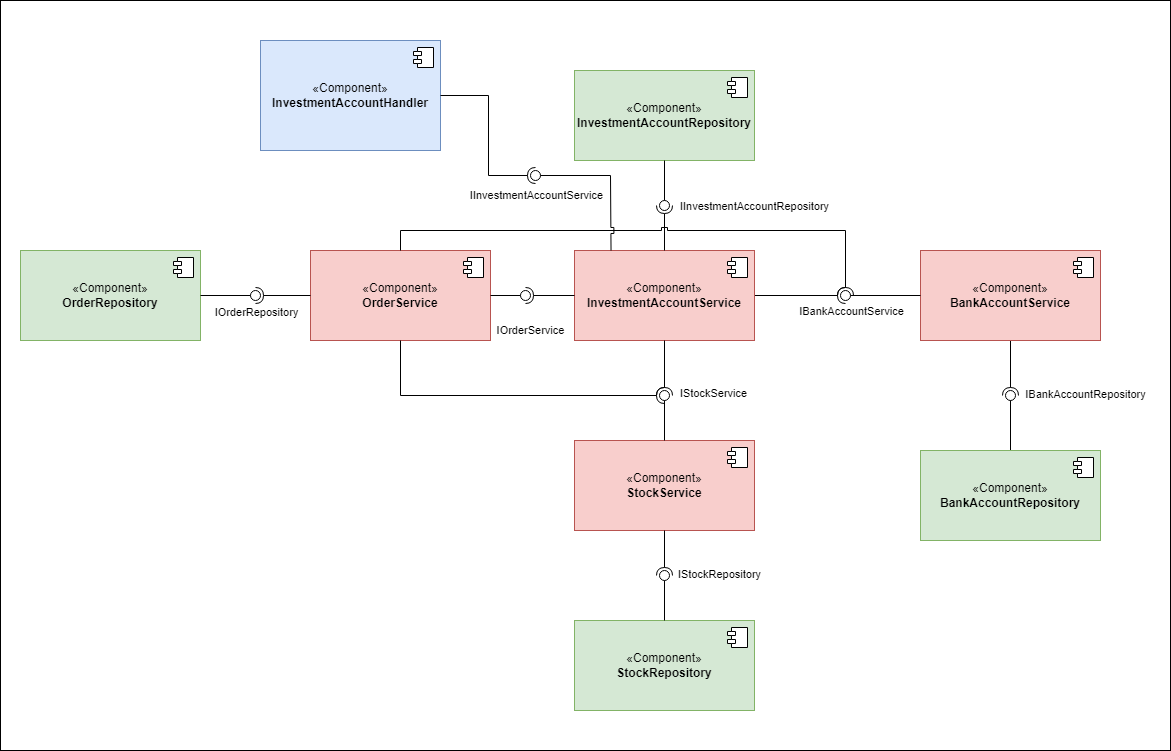
This is doc/diagrams/STACS_Finance_ComponentDiagramm.png from djthomann/FinancePepjekt, a draw.io export, as it was before one commit. Source tidied: cells renumbered, new cells last; positions are measured from the earlier drawing's top-left corner, leaving out a move shared by most shapes.
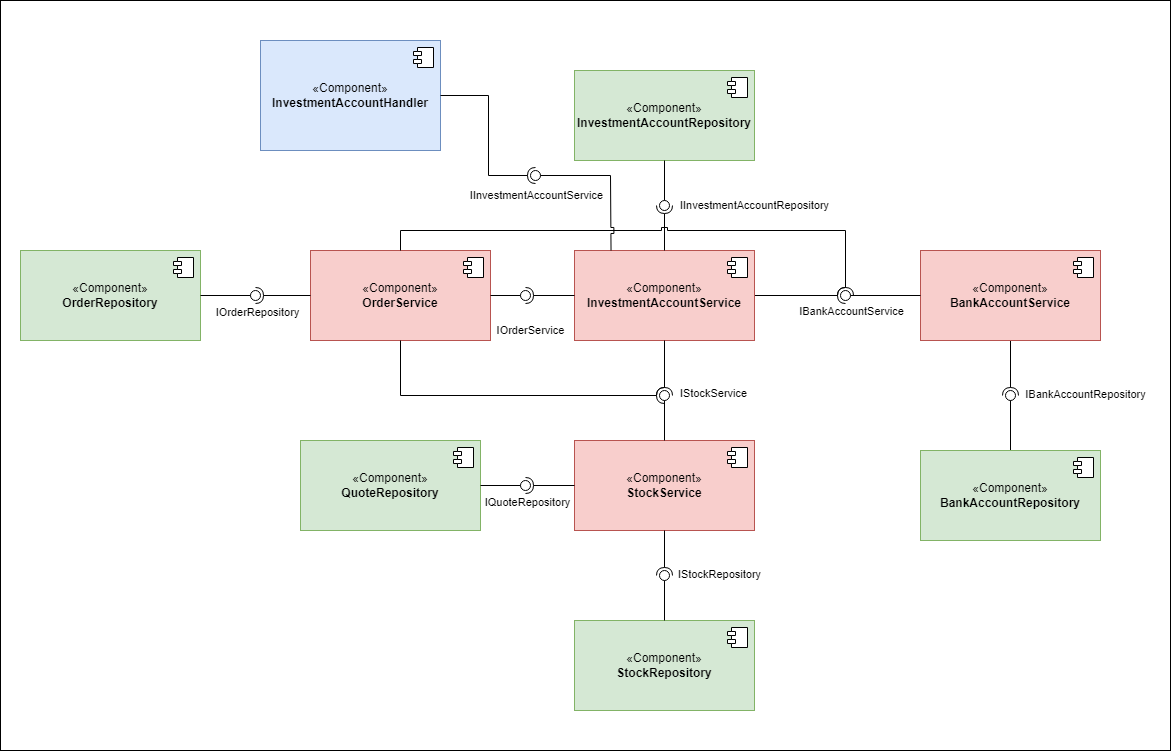
Later version of the same file.

Commit message:
UPDATE: Add IQuoteRepository and StockHistory functions to IStockService

The edit, as a diff of the source:
```diff
@@ -222,5 +222,27 @@
     <mxCell id="56" style="ellipse;whiteSpace=wrap;html=1;align=center;fillColor=none;strokeColor=none;perimeter=centerPerimeter;points=[];outlineConnect=1;" parent="1" vertex="1">
       <mxGeometry x="530" y="170" width="10" height="10" as="geometry" />
     </mxCell>
+    <mxCell id="57" value="«Component»&lt;br&gt;&lt;b&gt;QuoteRepository&lt;/b&gt;" style="html=1;whiteSpace=wrap;fillColor=#d5e8d4;strokeColor=#82b366;" parent="1" vertex="1">
+      <mxGeometry x="300" y="440" width="180" height="90" as="geometry" />
+    </mxCell>
+    <mxCell id="58" style="shape=module;jettyWidth=8;jettyHeight=4;" parent="57" vertex="1">
+      <mxGeometry x="1" width="20" height="20" relative="1" as="geometry">
+        <mxPoint x="-27" y="7" as="offset" />
+      </mxGeometry>
+    </mxCell>
+    <mxCell id="59" style="rounded=0;jettySize=auto;html=1;endArrow=halfCircle;endFill=0;endSize=6;strokeWidth=1;sketch=0;exitX=0;exitY=0.5;exitDx=0;exitDy=0;" parent="1" edge="1" source="21" target="62">
+      <mxGeometry relative="1" as="geometry" />
+    </mxCell>
+    <mxCell id="60" value="IQuoteRepository" style="edgeLabel;html=1;align=center;verticalAlign=middle;" parent="59" vertex="1">
+      <mxGeometry x="0.78" y="5" relative="1" as="geometry">
+        <mxPoint x="-4" y="12" as="offset" />
+      </mxGeometry>
+    </mxCell>
+    <mxCell id="61" style="rounded=0;jettySize=auto;html=1;endArrow=oval;endFill=0;sketch=0;sourcePerimeterSpacing=0;targetPerimeterSpacing=0;endSize=10;exitX=1;exitY=0.5;exitDx=0;exitDy=0;" parent="1" edge="1" source="57" target="62">
+      <mxGeometry relative="1" as="geometry" />
+    </mxCell>
+    <mxCell id="62" style="ellipse;whiteSpace=wrap;html=1;align=center;fillColor=none;strokeColor=none;perimeter=centerPerimeter;points=[];outlineConnect=1;" parent="1" vertex="1">
+      <mxGeometry x="520" y="480" width="10" height="10" as="geometry" />
+    </mxCell>
   </root>
 </mxGraphModel>
```
